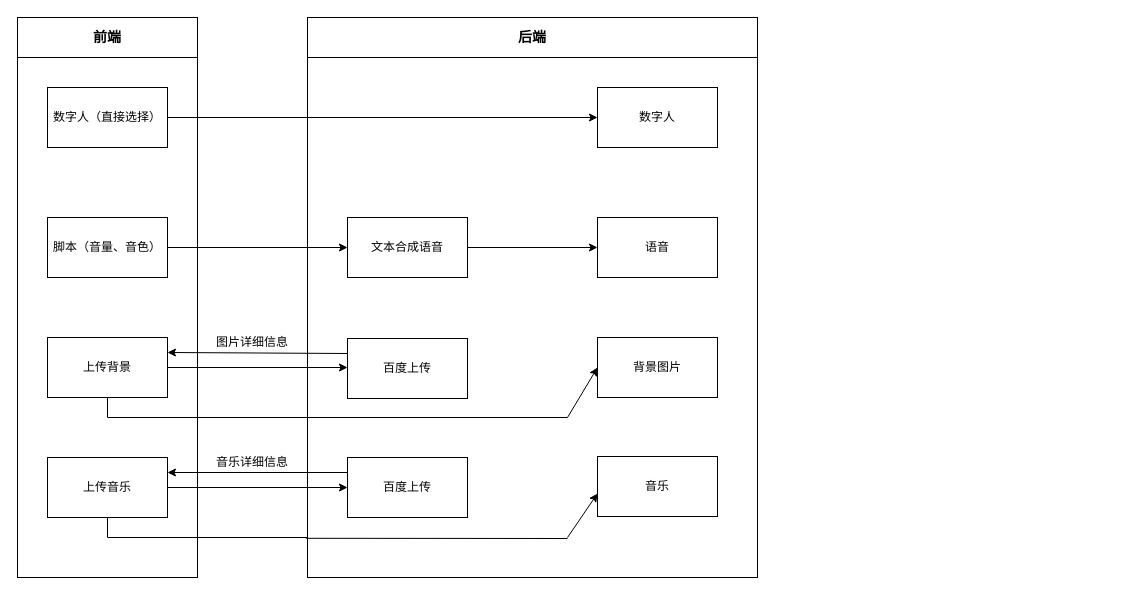
xccsoftware/bootStrap keeps this draw.io diagram as 数字人逻辑图.drawio. Above is the earlier version. Source tidied: cells renumbered, new cells numbered last; positions are measured from the earlier drawing's top-left corner, leaving out a move shared by most shapes. Both pictures are drawn from the tidied source at 100%, with x=0, y=0 at pixel (17, 17).
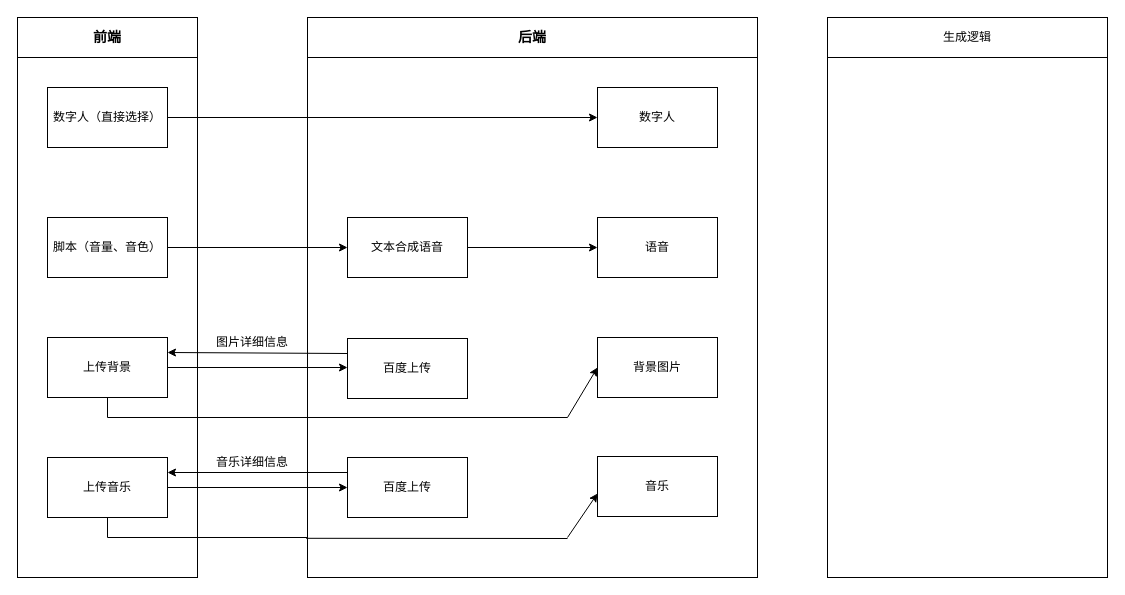
The same diagram, later.

Commit message (it also covers changes not shown here):
更新数字人逻辑图.drawio

Diff of the diagram source:
```diff
@@
+    <mxCell id="34" style="rounded=0;whiteSpace=wrap;html=1;" parent="1" vertex="1">
+      <mxGeometry x="810" width="280" height="560" as="geometry" />
+    </mxCell>
+    <mxCell id="35" value="生成逻辑" style="rounded=0;whiteSpace=wrap;html=1;" parent="1" vertex="1">
+      <mxGeometry x="810" width="280" height="40" as="geometry" />
+    </mxCell>
```
